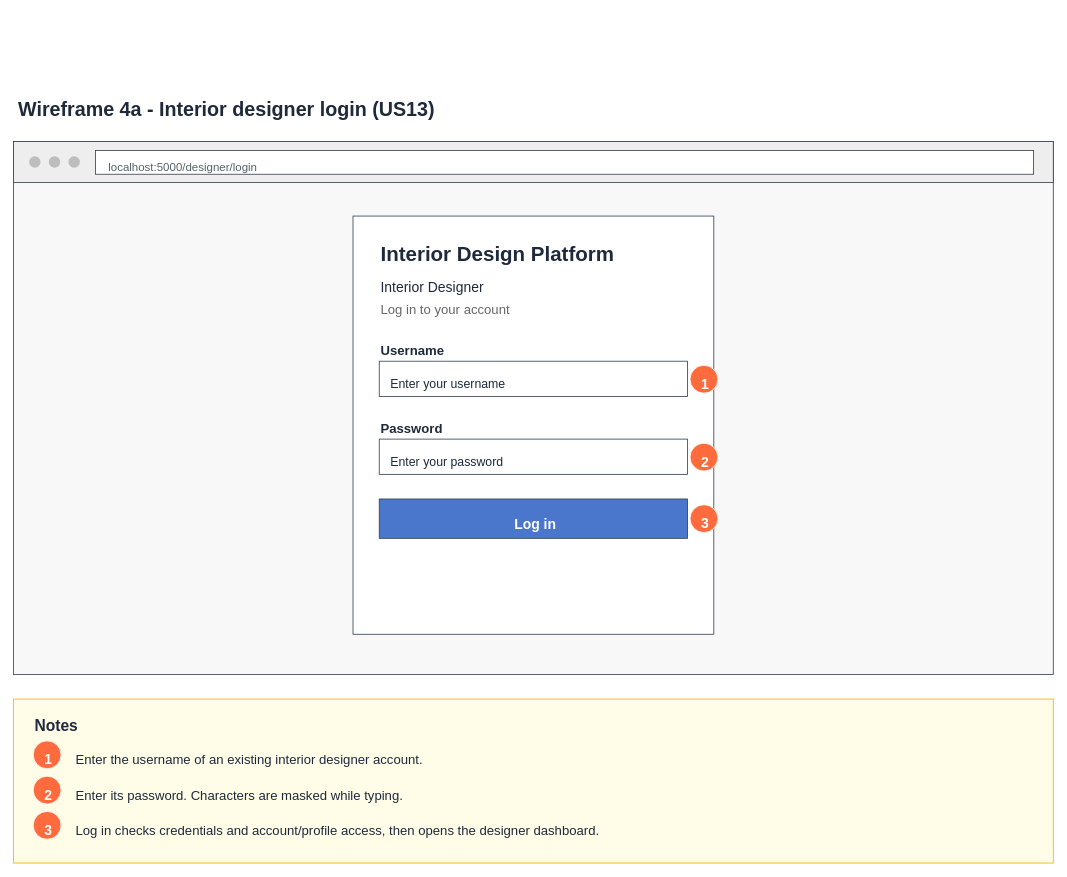
Above: page "4a Wireframe - Log in form" (2 of 7) of Sprint_2/US13 - Interior Designer Log in/US13 Interior designer log in.drawio in Hanzxc/CSIT314-ARCHSS (draw.io), before the change. Source tidied: cells renumbered, new cells numbered last; positions are measured from the earlier drawing's top-left corner, leaving out a move shared by most shapes. Both pictures are drawn from the tidied source at 82%, with x=0, y=0 at pixel (13, 91).
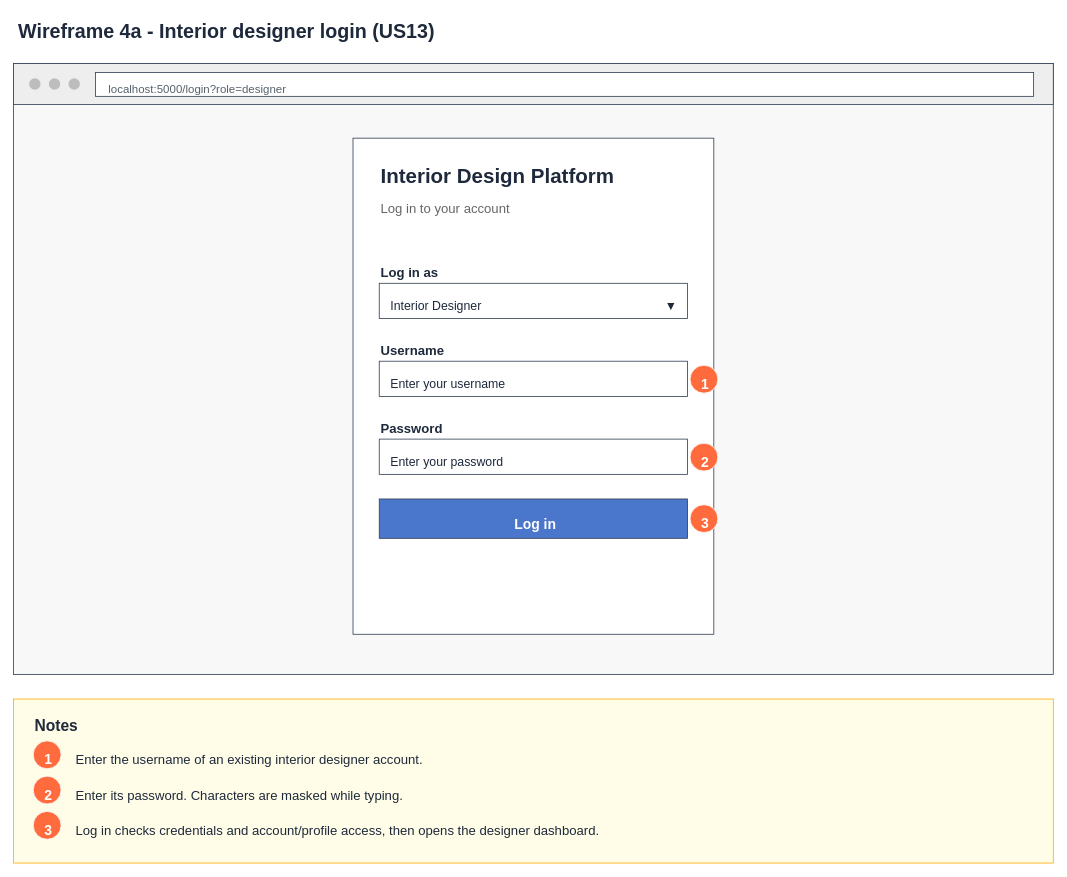
Above is the later version.

Diff of the diagram source:
```diff
@@
     <mxCell id="2" value="Wireframe 4a - Interior designer login (US13)" style="text;html=0;align=left;verticalAlign=top;fontSize=24;fontStyle=1;fontColor=#1e293b;" parent="1" vertex="1">
-      <mxGeometry x="4" width="900" height="31" as="geometry" />
+      <mxGeometry x="4" y="-95" width="900" height="31" as="geometry" />
     </mxCell>
     <mxCell id="3" style="rounded=0;whiteSpace=wrap;fillColor=#f8f8f8;strokeColor=#334155;" parent="1" vertex="1">
-      <mxGeometry y="61" width="1268" height="650" as="geometry" />
+      <mxGeometry y="-34" width="1268" height="745" as="geometry" />
     </mxCell>
     <mxCell id="4" style="rounded=0;whiteSpace=wrap;fillColor=#eeeeee;strokeColor=#334155;" parent="1" vertex="1">
-      <mxGeometry y="61" width="1268" height="50" as="geometry" />
+      <mxGeometry y="-34" width="1268" height="50" as="geometry" />
     </mxCell>
     <mxCell id="5" style="ellipse;fillColor=#bdbdbd;strokeColor=none;" parent="1" vertex="1">
-      <mxGeometry x="19" y="79" width="14" height="14" as="geometry" />
+      <mxGeometry x="19" y="-16" width="14" height="14" as="geometry" />
     </mxCell>
     <mxCell id="6" style="ellipse;fillColor=#bdbdbd;strokeColor=none;" parent="1" vertex="1">
-      <mxGeometry x="43" y="79" width="14" height="14" as="geometry" />
+      <mxGeometry x="43" y="-16" width="14" height="14" as="geometry" />
     </mxCell>
     <mxCell id="7" style="ellipse;fillColor=#bdbdbd;strokeColor=none;" parent="1" vertex="1">
-      <mxGeometry x="67" y="79" width="14" height="14" as="geometry" />
+      <mxGeometry x="67" y="-16" width="14" height="14" as="geometry" />
     </mxCell>
     <mxCell id="8" style="rounded=0;whiteSpace=wrap;fillColor=#ffffff;strokeColor=#334155;" parent="1" vertex="1">
-      <mxGeometry x="100" y="72" width="1144" height="29" as="geometry" />
+      <mxGeometry x="100" y="-23" width="1144" height="29" as="geometry" />
     </mxCell>
-    <mxCell id="9" value="localhost:5000/designer/login" style="text;html=0;align=left;verticalAlign=top;fontSize=14;fontStyle=0;fontColor=#56616b;" parent="1" vertex="1">
-      <mxGeometry x="114" y="78" width="900" height="21" as="geometry" />
+    <mxCell id="9" value="localhost:5000/login?role=designer" style="text;html=0;align=left;verticalAlign=top;fontSize=14;fontStyle=0;fontColor=#56616b;" parent="1" vertex="1">
+      <mxGeometry x="114" y="-17" width="900" height="21" as="geometry" />
     </mxCell>
     <mxCell id="10" style="rounded=0;whiteSpace=wrap;fillColor=#ffffff;strokeColor=#334155;" parent="1" vertex="1">
-      <mxGeometry x="414" y="152" width="440" height="510" as="geometry" />
+      <mxGeometry x="414" y="57" width="440" height="605" as="geometry" />
     </mxCell>
     <mxCell id="11" value="Interior Design Platform" style="text;html=0;align=left;verticalAlign=top;fontSize=25;fontStyle=1;fontColor=#1e293b;" parent="1" vertex="1">
-      <mxGeometry x="446" y="176" width="390" height="32" as="geometry" />
+      <mxGeometry x="446" y="81" width="390" height="32" as="geometry" />
     </mxCell>
-    <mxCell id="12" value="Interior Designer" style="text;html=0;align=left;verticalAlign=top;fontSize=17;fontStyle=0;fontColor=#1e293b;" parent="1" vertex="1">
-      <mxGeometry x="446" y="222" width="390" height="24" as="geometry" />
-    </mxCell>
     <mxCell id="13" value="Log in to your account" style="text;html=0;align=left;verticalAlign=top;fontSize=16;fontStyle=0;fontColor=#666666;" parent="1" vertex="1">
-      <mxGeometry x="446" y="250" width="390" height="23" as="geometry" />
+      <mxGeometry x="446" y="127" width="390" height="23" as="geometry" />
     </mxCell>
@@
+    <mxCell id="39" value="Log in as" style="text;html=0;align=left;verticalAlign=top;fontSize=16;fontStyle=1;fontColor=#1e293b;" parent="1" vertex="1">
+      <mxGeometry x="446" y="205" width="330" height="23" as="geometry" />
+    </mxCell>
+    <mxCell id="40" style="rounded=0;whiteSpace=wrap;fillColor=#ffffff;strokeColor=#334155;" parent="1" vertex="1">
+      <mxGeometry x="446" y="234" width="376" height="43" as="geometry" />
+    </mxCell>
+    <mxCell id="12" value="Interior Designer" style="text;html=0;align=left;verticalAlign=top;fontSize=15;fontStyle=0;fontColor=#1e293b;" parent="1" vertex="1">
+      <mxGeometry x="458" y="246" width="352" height="22" as="geometry" />
+    </mxCell>
+    <mxCell id="41" value="▼" style="text;html=0;align=center;verticalAlign=top;fontSize=15;fontStyle=0;fontColor=#1e293b;" parent="1" vertex="1">
+      <mxGeometry x="792" y="246" width="20" height="22" as="geometry" />
+    </mxCell>
```
